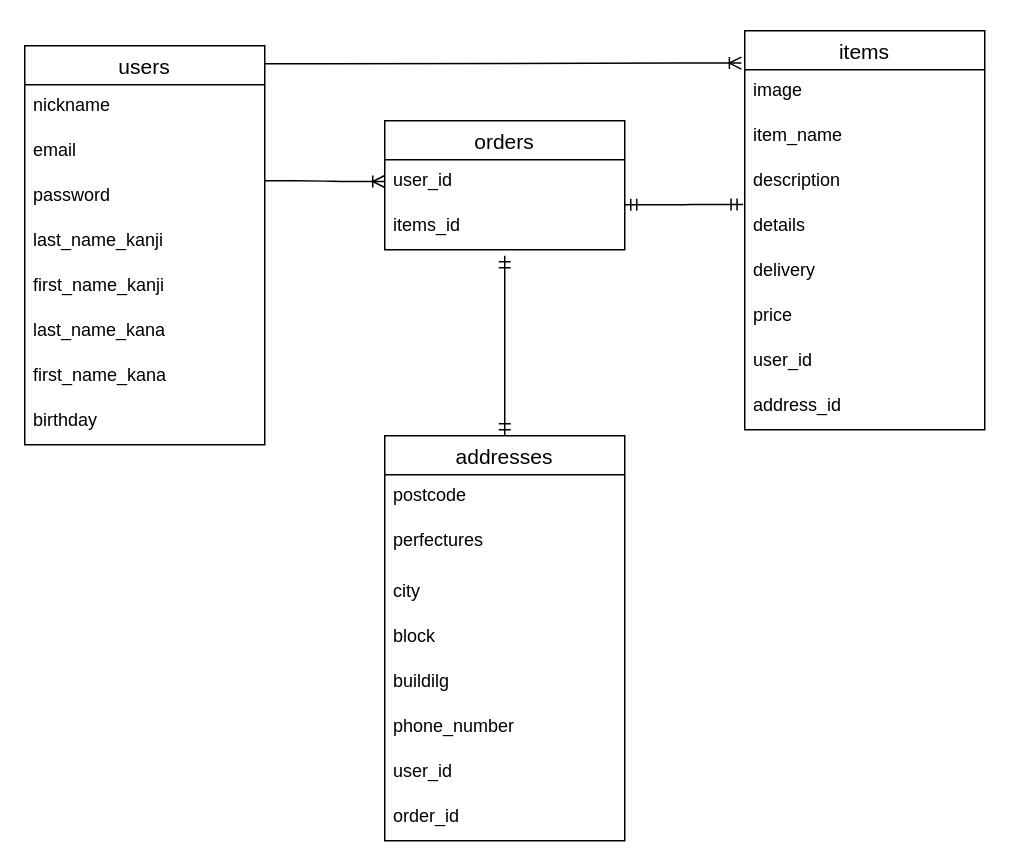
Before: test.dio in asakobear11/furima-39299, a draw.io diagram. Source tidied: cells renumbered, new cells numbered last; positions are measured from the earlier drawing's top-left corner, leaving out a move shared by most shapes. Both pictures are drawn from the tidied source at 150%, with x=0, y=0 at pixel (24, 30).
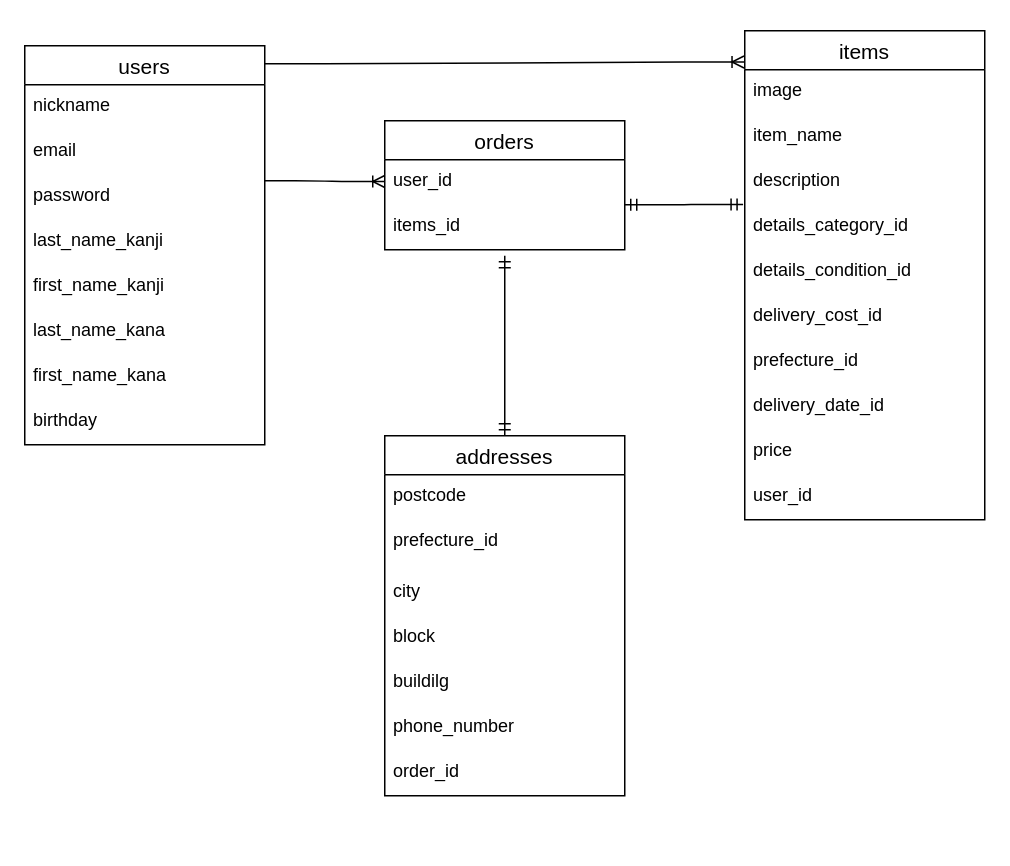
After the change.

Commit message:
データベース設計訂正4

Diff of the diagram source:
```diff
@@
     <mxCell id="14" value="items" style="swimlane;fontStyle=0;horizontal=1;startSize=26;align=center;fontSize=14;" parent="1" vertex="1">
-      <mxGeometry x="480" width="160" height="266" as="geometry" />
+      <mxGeometry x="480" width="160" height="326" as="geometry" />
     </mxCell>
@@
-    <mxCell id="19" value="details" style="text;strokeColor=none;fillColor=none;spacingLeft=4;spacingRight=4;overflow=hidden;points=[[0,0.5],[1,0.5]];portConstraint=eastwest;fontSize=12;" parent="14" vertex="1">
+    <mxCell id="19" value="details_category_id" style="text;strokeColor=none;fillColor=none;spacingLeft=4;spacingRight=4;overflow=hidden;points=[[0,0.5],[1,0.5]];portConstraint=eastwest;fontSize=12;" parent="14" vertex="1">
       <mxGeometry y="116" width="160" height="30" as="geometry" />
     </mxCell>
+    <mxCell id="37" value="details_condition_id" style="text;strokeColor=none;fillColor=none;spacingLeft=4;spacingRight=4;overflow=hidden;fontSize=12;" parent="14" vertex="1">
+      <mxGeometry y="146" width="160" height="30" as="geometry" />
+    </mxCell>
-    <mxCell id="20" value="delivery" style="text;strokeColor=none;fillColor=none;spacingLeft=4;spacingRight=4;overflow=hidden;fontSize=12;" parent="14" vertex="1">
-      <mxGeometry y="146" width="160" height="30" as="geometry" />
+    <mxCell id="20" value="delivery_cost_id" style="text;strokeColor=none;fillColor=none;spacingLeft=4;spacingRight=4;overflow=hidden;fontSize=12;" parent="14" vertex="1">
+      <mxGeometry y="176" width="160" height="30" as="geometry" />
     </mxCell>
+    <mxCell id="38" value="prefecture_id" style="text;strokeColor=none;fillColor=none;spacingLeft=4;spacingRight=4;overflow=hidden;fontSize=12;" parent="14" vertex="1">
+      <mxGeometry y="206" width="160" height="30" as="geometry" />
+    </mxCell>
+    <mxCell id="39" value="delivery_date_id" style="text;strokeColor=none;fillColor=none;spacingLeft=4;spacingRight=4;overflow=hidden;fontSize=12;" parent="14" vertex="1">
+      <mxGeometry y="236" width="160" height="30" as="geometry" />
+    </mxCell>
     <mxCell id="21" value="price" style="text;strokeColor=none;fillColor=none;spacingLeft=4;spacingRight=4;overflow=hidden;fontSize=12;" parent="14" vertex="1">
-      <mxGeometry y="176" width="160" height="30" as="geometry" />
+      <mxGeometry y="266" width="160" height="30" as="geometry" />
     </mxCell>
     <mxCell id="22" value="user_id" style="text;strokeColor=none;fillColor=none;spacingLeft=4;spacingRight=4;overflow=hidden;fontSize=12;" parent="14" vertex="1">
-      <mxGeometry y="206" width="160" height="30" as="geometry" />
+      <mxGeometry y="296" width="160" height="30" as="geometry" />
     </mxCell>
-    <mxCell id="23" value="address_id" style="text;strokeColor=none;fillColor=none;spacingLeft=4;spacingRight=4;overflow=hidden;fontSize=12;" parent="14" vertex="1">
-      <mxGeometry y="236" width="160" height="30" as="geometry" />
-    </mxCell>
     <mxCell id="24" value="addresses" style="swimlane;fontStyle=0;horizontal=1;startSize=26;align=center;fontSize=14;" parent="1" vertex="1">
-      <mxGeometry x="240" y="270" width="160" height="270" as="geometry" />
+      <mxGeometry x="240" y="270" width="160" height="240" as="geometry" />
     </mxCell>
@@
-    <mxCell id="26" value="perfectures" style="text;strokeColor=none;fillColor=none;spacingLeft=4;spacingRight=4;overflow=hidden;fontSize=12;" parent="24" vertex="1">
+    <mxCell id="26" value="prefecture_id" style="text;strokeColor=none;fillColor=none;spacingLeft=4;spacingRight=4;overflow=hidden;fontSize=12;" parent="24" vertex="1">
       <mxGeometry y="56" width="160" height="34" as="geometry" />
     </mxCell>
@@
-    <mxCell id="31" value="user_id" style="text;strokeColor=none;fillColor=none;spacingLeft=4;spacingRight=4;overflow=hidden;fontSize=12;" parent="24" vertex="1">
-      <mxGeometry y="210" width="160" height="30" as="geometry" />
-    </mxCell>
     <mxCell id="32" value="order_id" style="text;strokeColor=none;fillColor=none;spacingLeft=4;spacingRight=4;overflow=hidden;fontSize=12;" parent="24" vertex="1">
-      <mxGeometry y="240" width="160" height="30" as="geometry" />
+      <mxGeometry y="210" width="160" height="30" as="geometry" />
     </mxCell>
@@
-    <mxCell id="34" style="edgeStyle=entityRelationEdgeStyle;fontSize=12;html=1;endArrow=ERoneToMany;entryX=-0.014;entryY=0.081;entryDx=0;entryDy=0;entryPerimeter=0;" parent="1" edge="1" target="14">
+    <mxCell id="34" style="edgeStyle=entityRelationEdgeStyle;fontSize=12;html=1;endArrow=ERoneToMany;entryX=-0.003;entryY=0.064;entryDx=0;entryDy=0;entryPerimeter=0;" parent="1" edge="1" target="14">
       <mxGeometry relative="1" as="geometry">
         <mxPoint x="160" y="22" as="sourcePoint" />
       </mxGeometry>
     </mxCell>
```
